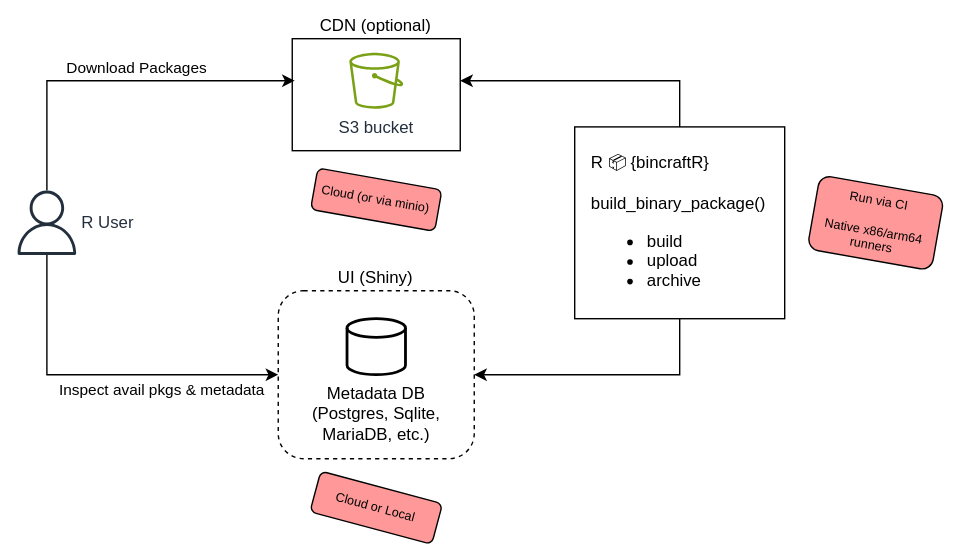
Before: proposal/img/architecture.drawio.svg, a diagram exported from draw.io (pat-s/ics-proposal-r-package-binaries). Source tidied: cells renumbered, new cells last; positions are measured from the earlier drawing's top-left corner, leaving out a move shared by most shapes.
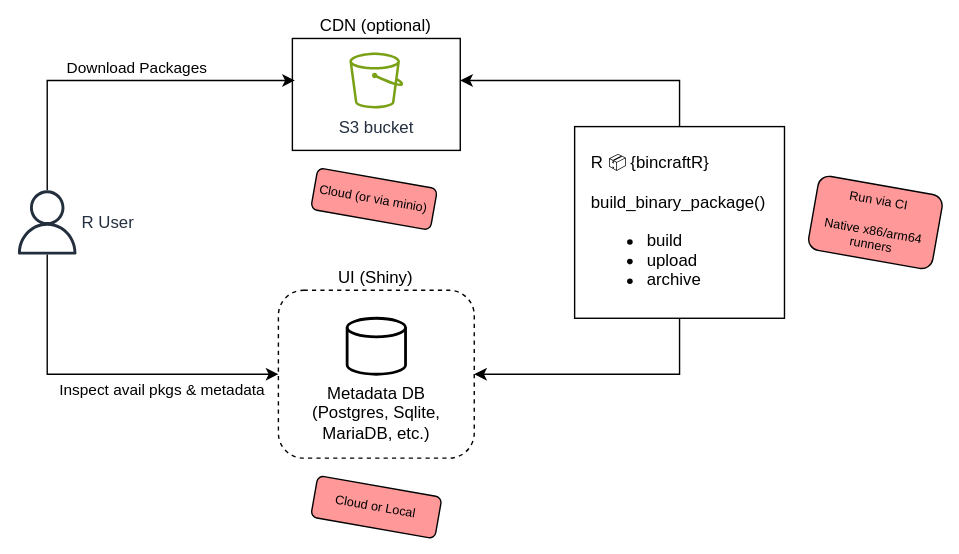
Above is the later version.

The edit, as a diff of the source:
```diff
@@ -64,9 +64,9 @@
       <mxGeometry x="570" y="104.7" width="90" height="53.6" as="geometry" />
     </mxCell>
     <mxCell id="15" value="Cloud (or via minio)" style="rounded=1;whiteSpace=wrap;html=1;fillColor=#FF9999;fontSize=9;rotation=10;" parent="1" vertex="1">
-      <mxGeometry x="213.3" y="100" width="90" height="30" as="geometry" />
+      <mxGeometry x="213.3" y="99.7" width="86.7" height="30" as="geometry" />
     </mxCell>
-    <mxCell id="16" value="Cloud or Local" style="rounded=1;whiteSpace=wrap;html=1;fillColor=#FF9999;fontSize=9;rotation=15;" parent="1" vertex="1">
+    <mxCell id="16" value="Cloud or Local" style="rounded=1;whiteSpace=wrap;html=1;fillColor=#FF9999;fontSize=9;rotation=10;" parent="1" vertex="1">
       <mxGeometry x="213.2" y="320" width="90" height="30" as="geometry" />
     </mxCell>
   </root>
```
